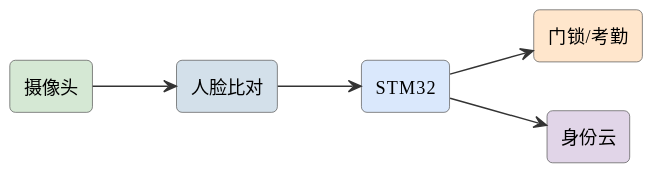
The PlantUML diagram assets/diagrams/ideas-fig120.svg in mingyi0818/IntelligentMcuCourse, before a commit.
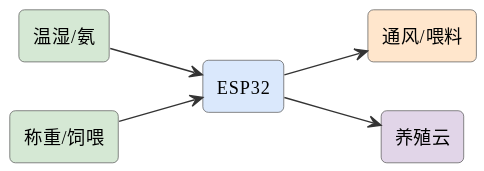
Later version of the same file.

Diff of the diagram source:
```diff
@@ -6,13 +6,13 @@
 skinparam arrowFontSize 11
 skinparam arrowColor #333
 left to right direction
-rectangle "摄像头" as cam #d5e8d4
-rectangle "人脸比对" as face #d3e0ea
-rectangle "STM32" as stm #dae8fc
-rectangle "门锁/考勤" as lock #ffe6cc
-rectangle "身份云" as cloud #e1d5e8
-cam --> face
-face --> stm
-stm --> lock
-stm --> cloud
+rectangle "温湿/氨" as env #d5e8d4
+rectangle "称重/饲喂" as w #d5e8d4
+rectangle "ESP32" as esp #dae8fc
+rectangle "通风/喂料" as act #ffe6cc
+rectangle "养殖云" as cloud #e1d5e8
+env --> esp
+w --> esp
+esp --> act
+esp --> cloud
 @enduml
```
